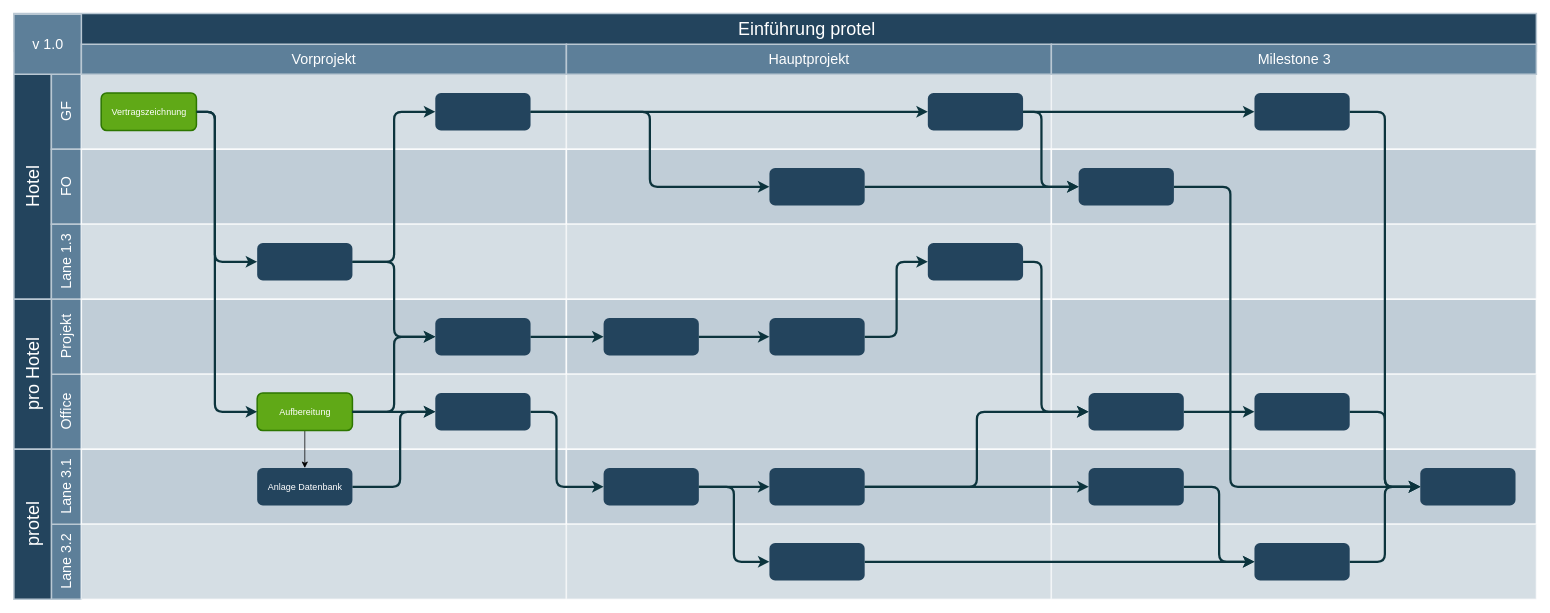
Earlier version of the draw.io diagram Idee Visualisierung Projektablauf.drawio (pro-banic/draw.io). Source tidied: cells renumbered, new cells numbered last; positions are measured from the earlier drawing's top-left corner, leaving out a move shared by most shapes. Both pictures are drawn from the tidied source at 75%, with x=0, y=0 at pixel (14, 14).
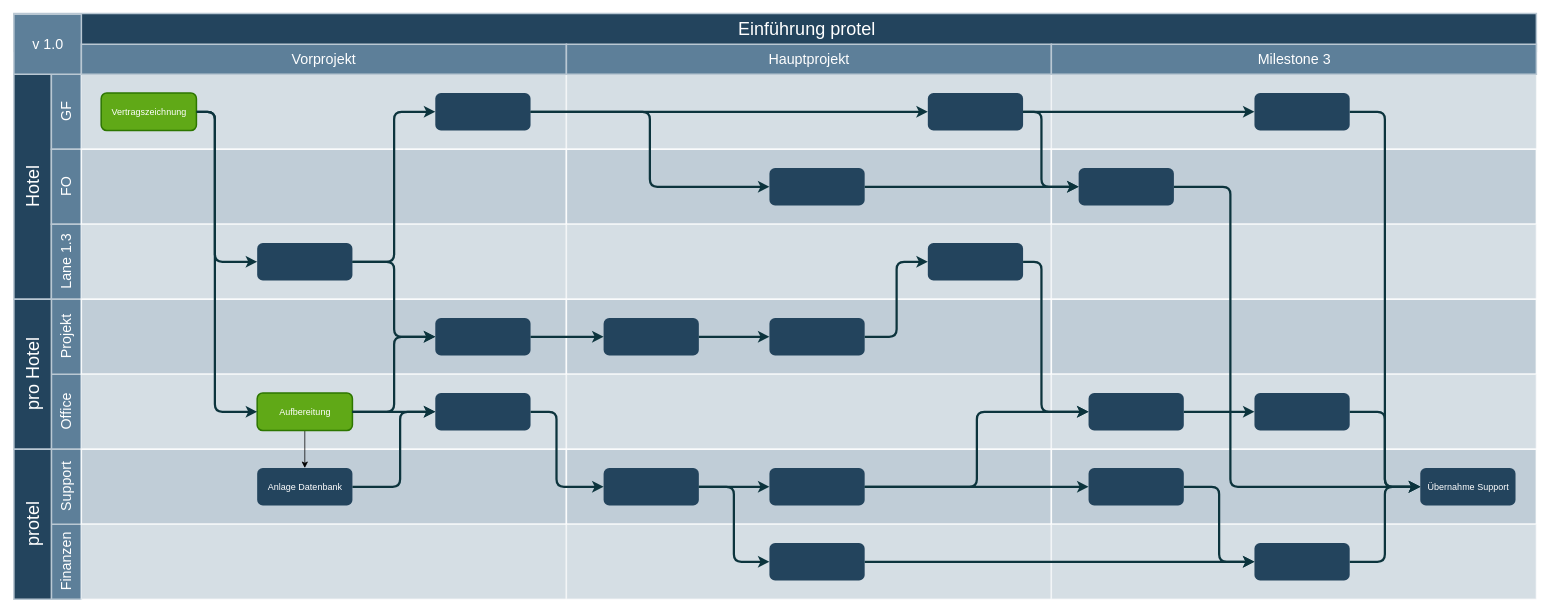
The same page after the edit.

Commit message:
support hinzugefügt

Diff of the diagram source:
```diff
@@
-    <mxCell id="11" value="Lane 3.2" style="strokeColor=#BAC8D3;fillColor=#5d7f99;fontSize=19;strokeWidth=2;horizontal=0;fontFamily=Helvetica;html=1;labelBackgroundColor=none;fontColor=#FFFFFF;" parent="1" vertex="1">
+    <mxCell id="11" value="Finanzen" style="strokeColor=#BAC8D3;fillColor=#5d7f99;fontSize=19;strokeWidth=2;horizontal=0;fontFamily=Helvetica;html=1;labelBackgroundColor=none;fontColor=#FFFFFF;" parent="1" vertex="1">
       <mxGeometry x="50" y="680.5" width="40" height="100" as="geometry" />
     </mxCell>
-    <mxCell id="12" value="Lane 3.1" style="strokeColor=#BAC8D3;fillColor=#5d7f99;fontSize=19;strokeWidth=2;horizontal=0;fontFamily=Helvetica;html=1;labelBackgroundColor=none;fontColor=#FFFFFF;" parent="1" vertex="1">
+    <mxCell id="12" value="Support" style="strokeColor=#BAC8D3;fillColor=#5d7f99;fontSize=19;strokeWidth=2;horizontal=0;fontFamily=Helvetica;html=1;labelBackgroundColor=none;fontColor=#FFFFFF;" parent="1" vertex="1">
       <mxGeometry x="50" y="580.5" width="40" height="100" as="geometry" />
     </mxCell>
@@
-    <mxCell id="46" style="rounded=1;fillColor=#23445D;strokeColor=none;strokeWidth=2;gradientColor=none;fontFamily=Helvetica;html=1;" parent="1" vertex="1">
+    <mxCell id="46" value="Übernahme Support" style="rounded=1;fillColor=#23445D;strokeColor=none;strokeWidth=2;gradientColor=none;fontFamily=Helvetica;html=1;fontColor=#FFFFFF;" parent="1" vertex="1">
       <mxGeometry x="1875.2" y="605.5" width="127" height="50" as="geometry" />
     </mxCell>
```
